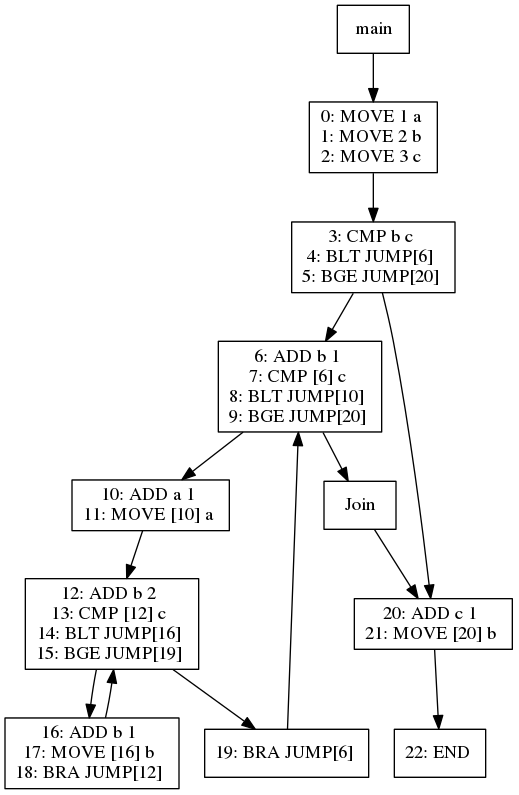
Above: viz/test030.dot.png in jiahanwang/PL241-Compiler (Graphviz), before the change. Its source is kept beside it as viz/test030.dot. The source it was exported from:
```dot
digraph test030 {
node [shape=box]
532[label="main"]
532 -> 534
534[label="0: MOVE 1 a
1: MOVE 2 b
2: MOVE 3 c
"]
534 -> 537
537[label="3: CMP b c
4: BLT JUMP[6]
5: BGE JUMP[20]
"]
537 -> 539
539[label="6: ADD b 1
7: CMP [6] c
8: BLT JUMP[10]
9: BGE JUMP[20]
"]
539 -> 541
541[label="10: ADD a 1
11: MOVE [10] a
"]
541 -> 542
542[label="12: ADD b 2
13: CMP [12] c
14: BLT JUMP[16]
15: BGE JUMP[19]
"]
542 -> 544
544[label="16: ADD b 1
17: MOVE [16] b
18: BRA JUMP[12]
"]
544 -> 542
542 -> 543
543[label="19: BRA JUMP[6]
"]
543 -> 539
539 -> 540
540[label="Join"]
540 -> 538
538[label="20: ADD c 1
21: MOVE [20] b
"]
538 -> 546
546[label="22: END
"]
537 -> 538
}
```
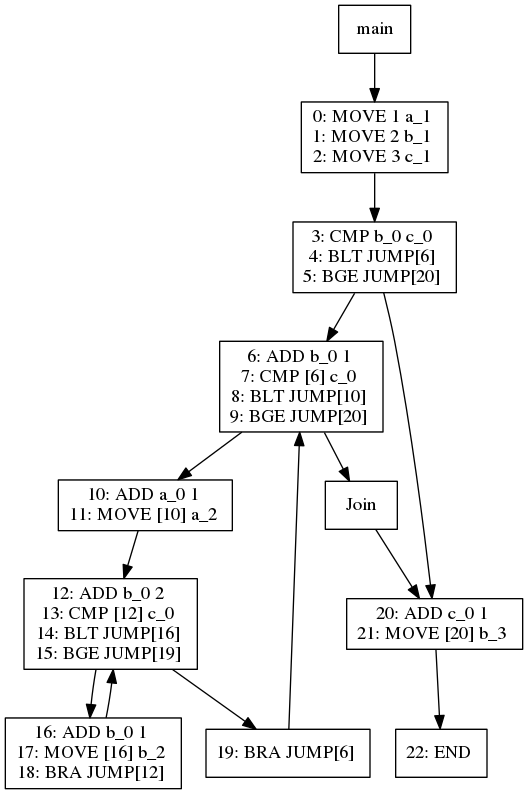
Later version of the same file.

Change to the diagram source:
```diff
@@ -1,50 +1,50 @@
 digraph test030 {
 node [shape=box]
-532[label="main"]
-532 -> 534
-534[label="0: MOVE 1 a
-1: MOVE 2 b
-2: MOVE 3 c
+1[label="main"]
+1 -> 3
+3[label="0: MOVE 1 a_1
+1: MOVE 2 b_1
+2: MOVE 3 c_1
 "]
-534 -> 537
-537[label="3: CMP b c
+3 -> 6
+6[label="3: CMP b_0 c_0
 4: BLT JUMP[6]
 5: BGE JUMP[20]
 "]
-537 -> 539
-539[label="6: ADD b 1
-7: CMP [6] c
+6 -> 8
+8[label="6: ADD b_0 1
+7: CMP [6] c_0
 8: BLT JUMP[10]
 9: BGE JUMP[20]
 "]
-539 -> 541
-541[label="10: ADD a 1
-11: MOVE [10] a
+8 -> 10
+10[label="10: ADD a_0 1
+11: MOVE [10] a_2
 "]
-541 -> 542
-542[label="12: ADD b 2
-13: CMP [12] c
+10 -> 11
+11[label="12: ADD b_0 2
+13: CMP [12] c_0
 14: BLT JUMP[16]
 15: BGE JUMP[19]
 "]
-542 -> 544
-544[label="16: ADD b 1
-17: MOVE [16] b
+11 -> 13
+13[label="16: ADD b_0 1
+17: MOVE [16] b_2
 18: BRA JUMP[12]
 "]
-544 -> 542
-542 -> 543
-543[label="19: BRA JUMP[6]
+13 -> 11
+11 -> 12
+12[label="19: BRA JUMP[6]
 "]
-543 -> 539
-539 -> 540
-540[label="Join"]
-540 -> 538
-538[label="20: ADD c 1
-21: MOVE [20] b
+12 -> 8
+8 -> 9
+9[label="Join"]
+9 -> 7
+7[label="20: ADD c_0 1
+21: MOVE [20] b_3
 "]
-538 -> 546
-546[label="22: END
+7 -> 15
+15[label="22: END
 "]
-537 -> 538
+6 -> 7
 }
```
